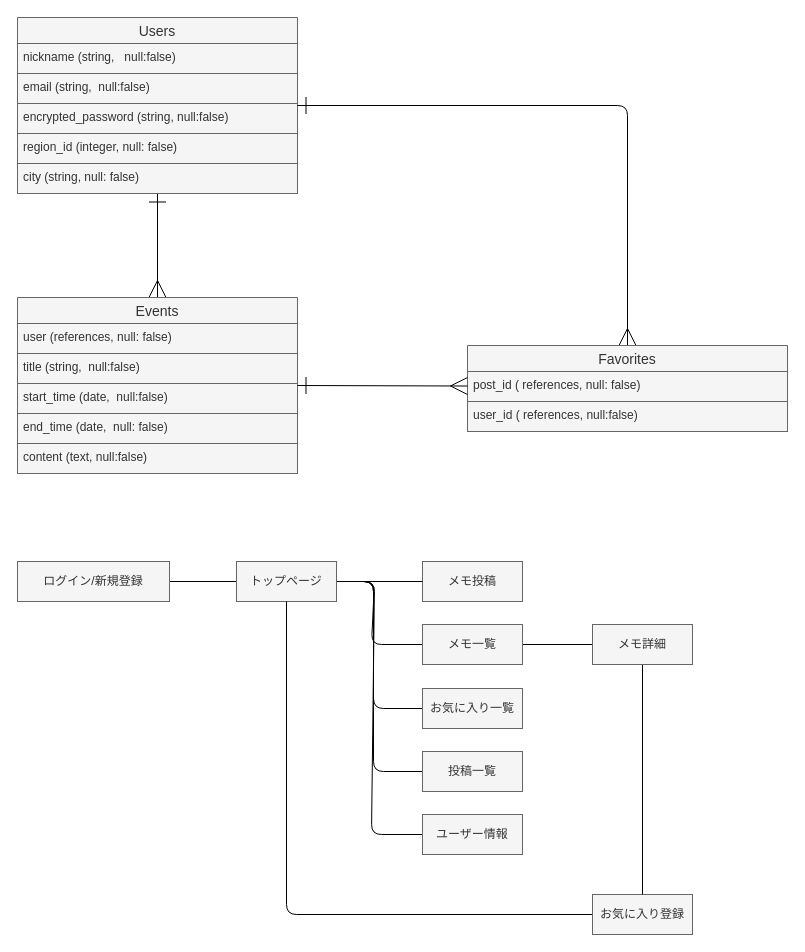
The draw.io diagram data.dio in shu1016/shopping_calendar, before the edit. Source tidied: cells renumbered, new cells numbered last; positions are measured from the earlier drawing's top-left corner, leaving out a move shared by most shapes. Both pictures are drawn from the tidied source at 100%, with x=0, y=0 at pixel (17, 17).
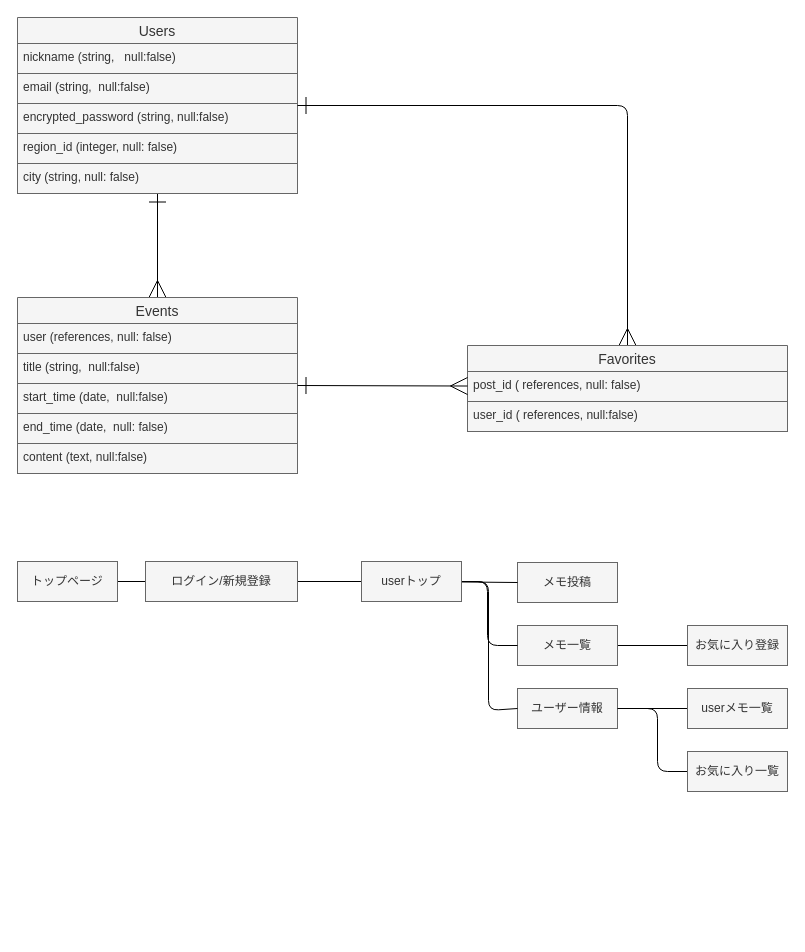
The same diagram, later.

Commit message (it also covers changes not shown here):
READMEファイル修正

Diff of the diagram source:
```diff
@@
+    <mxCell id="38" style="edgeStyle=none;html=1;entryX=0;entryY=0.5;entryDx=0;entryDy=0;endArrow=none;endFill=0;" parent="1" edge="1" source="21" target="45">
+      <mxGeometry relative="1" as="geometry" />
+    </mxCell>
     <mxCell id="21" value="ログイン/新規登録" style="whiteSpace=wrap;html=1;align=center;fillColor=#f5f5f5;fontColor=#333333;strokeColor=#666666;" parent="1" vertex="1">
-      <mxGeometry y="544" width="152" height="40" as="geometry" />
+      <mxGeometry x="128" y="544" width="152" height="40" as="geometry" />
     </mxCell>
     <mxCell id="22" value="メモ投稿" style="whiteSpace=wrap;html=1;align=center;fillColor=#f5f5f5;fontColor=#333333;strokeColor=#666666;" parent="1" vertex="1">
-      <mxGeometry x="405" y="544" width="100" height="40" as="geometry" />
+      <mxGeometry x="500" y="545" width="100" height="40" as="geometry" />
     </mxCell>
-    <mxCell id="23" style="edgeStyle=none;html=1;entryX=0;entryY=0.5;entryDx=0;entryDy=0;startArrow=none;startFill=0;endArrow=none;endFill=0;" parent="1" edge="1" source="28" target="22">
-      <mxGeometry relative="1" as="geometry" />
-    </mxCell>
-    <mxCell id="24" style="edgeStyle=none;html=1;entryX=0;entryY=0.5;entryDx=0;entryDy=0;startArrow=none;startFill=0;endArrow=none;endFill=0;" parent="1" edge="1" source="28" target="29">
-      <mxGeometry relative="1" as="geometry">
-        <Array as="points">
-          <mxPoint x="356" y="564" />
-          <mxPoint x="356" y="691" />
-        </Array>
-      </mxGeometry>
-    </mxCell>
-    <mxCell id="25" style="edgeStyle=none;html=1;entryX=0;entryY=0.5;entryDx=0;entryDy=0;startArrow=none;startFill=0;endArrow=none;endFill=0;" parent="1" edge="1" source="28" target="30">
-      <mxGeometry relative="1" as="geometry">
-        <Array as="points">
-          <mxPoint x="356" y="564" />
-          <mxPoint x="356" y="754" />
-        </Array>
-      </mxGeometry>
-    </mxCell>
-    <mxCell id="26" style="edgeStyle=none;html=1;entryX=0;entryY=0.5;entryDx=0;entryDy=0;startArrow=none;startFill=0;endArrow=none;endFill=0;" parent="1" edge="1" source="28" target="31">
-      <mxGeometry relative="1" as="geometry">
-        <Array as="points">
-          <mxPoint x="357" y="564" />
-          <mxPoint x="354" y="817" />
-        </Array>
-      </mxGeometry>
-    </mxCell>
-    <mxCell id="27" style="edgeStyle=none;html=1;entryX=0;entryY=0.5;entryDx=0;entryDy=0;startArrow=none;startFill=0;endArrow=none;endFill=0;" parent="1" edge="1" source="28" target="35">
-      <mxGeometry relative="1" as="geometry">
-        <Array as="points">
-          <mxPoint x="357" y="564" />
-          <mxPoint x="354" y="627" />
-        </Array>
-      </mxGeometry>
-    </mxCell>
     <mxCell id="28" value="トップページ" style="rounded=1;arcSize=0;whiteSpace=wrap;html=1;align=center;fillColor=#f5f5f5;fontColor=#333333;strokeColor=#666666;" parent="1" vertex="1">
-      <mxGeometry x="219" y="544" width="100" height="40" as="geometry" />
+      <mxGeometry y="544" width="100" height="40" as="geometry" />
     </mxCell>
+    <mxCell id="39" style="edgeStyle=none;html=1;entryX=1;entryY=0.5;entryDx=0;entryDy=0;endArrow=none;endFill=0;" parent="1" edge="1" source="29" target="31">
+      <mxGeometry relative="1" as="geometry">
+        <Array as="points">
+          <mxPoint x="640" y="754" />
+          <mxPoint x="640" y="691" />
+        </Array>
+      </mxGeometry>
+    </mxCell>
     <mxCell id="29" value="お気に入り一覧" style="whiteSpace=wrap;html=1;align=center;fillColor=#f5f5f5;fontColor=#333333;strokeColor=#666666;" parent="1" vertex="1">
-      <mxGeometry x="405" y="671" width="100" height="40" as="geometry" />
+      <mxGeometry x="670" y="734" width="100" height="40" as="geometry" />
     </mxCell>
-    <mxCell id="30" value="投稿一覧" style="whiteSpace=wrap;html=1;align=center;fillColor=#f5f5f5;fontColor=#333333;strokeColor=#666666;" parent="1" vertex="1">
-      <mxGeometry x="405" y="734" width="100" height="40" as="geometry" />
-    </mxCell>
     <mxCell id="31" value="ユーザー情報" style="whiteSpace=wrap;html=1;align=center;fillColor=#f5f5f5;fontColor=#333333;strokeColor=#666666;" parent="1" vertex="1">
-      <mxGeometry x="405" y="797" width="100" height="40" as="geometry" />
+      <mxGeometry x="500" y="671" width="100" height="40" as="geometry" />
     </mxCell>
-    <mxCell id="32" style="edgeStyle=none;html=1;entryX=0.5;entryY=1;entryDx=0;entryDy=0;startArrow=none;startFill=0;endArrow=none;endFill=0;" parent="1" edge="1" source="33" target="28">
-      <mxGeometry relative="1" as="geometry">
-        <Array as="points">
-          <mxPoint x="269" y="897" />
-        </Array>
-      </mxGeometry>
-    </mxCell>
+    <mxCell id="40" style="edgeStyle=none;html=1;entryX=1;entryY=0.5;entryDx=0;entryDy=0;endArrow=none;endFill=0;" parent="1" edge="1" source="33" target="35">
+      <mxGeometry relative="1" as="geometry" />
+    </mxCell>
     <mxCell id="33" value="お気に入り登録" style="whiteSpace=wrap;html=1;align=center;fillColor=#f5f5f5;fontColor=#333333;strokeColor=#666666;" parent="1" vertex="1">
-      <mxGeometry x="575" y="877" width="100" height="40" as="geometry" />
+      <mxGeometry x="670" y="608" width="100" height="40" as="geometry" />
     </mxCell>
-    <mxCell id="34" style="edgeStyle=none;html=1;entryX=0;entryY=0.5;entryDx=0;entryDy=0;startArrow=none;startFill=0;endArrow=none;endFill=0;" parent="1" edge="1" source="35" target="37">
-      <mxGeometry relative="1" as="geometry" />
-    </mxCell>
     <mxCell id="35" value="メモ一覧" style="whiteSpace=wrap;html=1;align=center;fillColor=#f5f5f5;fontColor=#333333;strokeColor=#666666;" parent="1" vertex="1">
-      <mxGeometry x="405" y="607" width="100" height="40" as="geometry" />
+      <mxGeometry x="500" y="608" width="100" height="40" as="geometry" />
     </mxCell>
-    <mxCell id="36" style="edgeStyle=none;html=1;exitX=0.5;exitY=1;exitDx=0;exitDy=0;entryX=0.5;entryY=0;entryDx=0;entryDy=0;startArrow=none;startFill=0;endArrow=none;endFill=0;" parent="1" edge="1" source="37" target="33">
-      <mxGeometry relative="1" as="geometry" />
-    </mxCell>
+    <mxCell id="41" style="edgeStyle=none;html=1;entryX=1;entryY=0.5;entryDx=0;entryDy=0;endArrow=none;endFill=0;" parent="1" edge="1" source="37" target="31">
+      <mxGeometry relative="1" as="geometry" />
+    </mxCell>
-    <mxCell id="37" value="メモ詳細" style="whiteSpace=wrap;html=1;align=center;fillColor=#f5f5f5;fontColor=#333333;strokeColor=#666666;" parent="1" vertex="1">
-      <mxGeometry x="575" y="607" width="100" height="40" as="geometry" />
+    <mxCell id="37" value="userメモ一覧" style="whiteSpace=wrap;html=1;align=center;fillColor=#f5f5f5;fontColor=#333333;strokeColor=#666666;" parent="1" vertex="1">
+      <mxGeometry x="670" y="671" width="100" height="40" as="geometry" />
     </mxCell>
+    <mxCell id="42" style="edgeStyle=none;html=1;entryX=0;entryY=0.5;entryDx=0;entryDy=0;endArrow=none;endFill=0;" parent="1" edge="1" source="45" target="22">
+      <mxGeometry relative="1" as="geometry" />
+    </mxCell>
+    <mxCell id="43" style="edgeStyle=none;html=1;entryX=0;entryY=0.5;entryDx=0;entryDy=0;endArrow=none;endFill=0;" parent="1" edge="1" source="45" target="35">
+      <mxGeometry relative="1" as="geometry">
+        <Array as="points">
+          <mxPoint x="470" y="564" />
+          <mxPoint x="470" y="628" />
+        </Array>
+      </mxGeometry>
+    </mxCell>
+    <mxCell id="44" style="edgeStyle=none;html=1;entryX=0;entryY=0.5;entryDx=0;entryDy=0;endArrow=none;endFill=0;" parent="1" edge="1" source="45" target="31">
+      <mxGeometry relative="1" as="geometry">
+        <Array as="points">
+          <mxPoint x="471" y="564" />
+          <mxPoint x="471" y="693" />
+        </Array>
+      </mxGeometry>
+    </mxCell>
+    <mxCell id="45" value="userトップ" style="whiteSpace=wrap;html=1;align=center;fillColor=#f5f5f5;fontColor=#333333;strokeColor=#666666;" parent="1" vertex="1">
+      <mxGeometry x="344" y="544" width="100" height="40" as="geometry" />
+    </mxCell>
```
